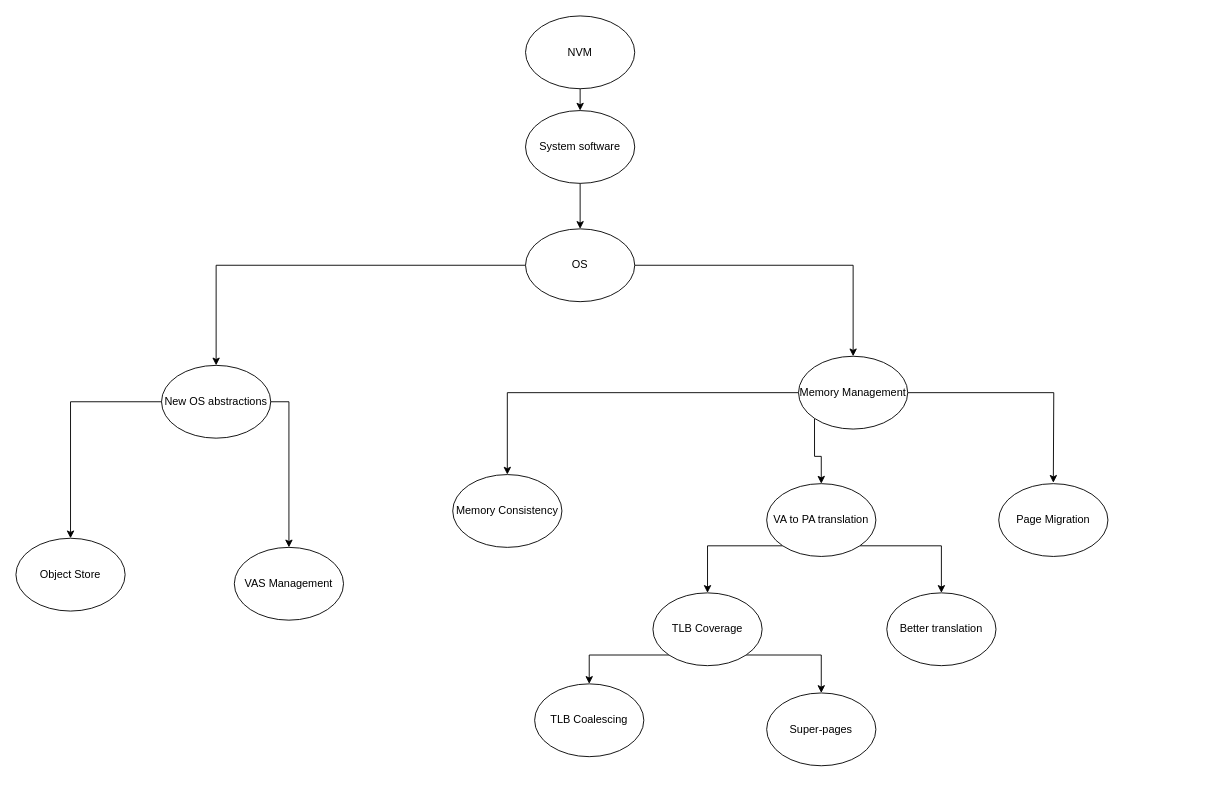
Before: sota.drawio in arunkp1986/CAR3S, a draw.io diagram. Source tidied: cells renumbered, new cells numbered last; positions are measured from the earlier drawing's top-left corner, leaving out a move shared by most shapes. Both pictures are drawn from the tidied source at 91%, with x=0, y=0 at pixel (15, 15).
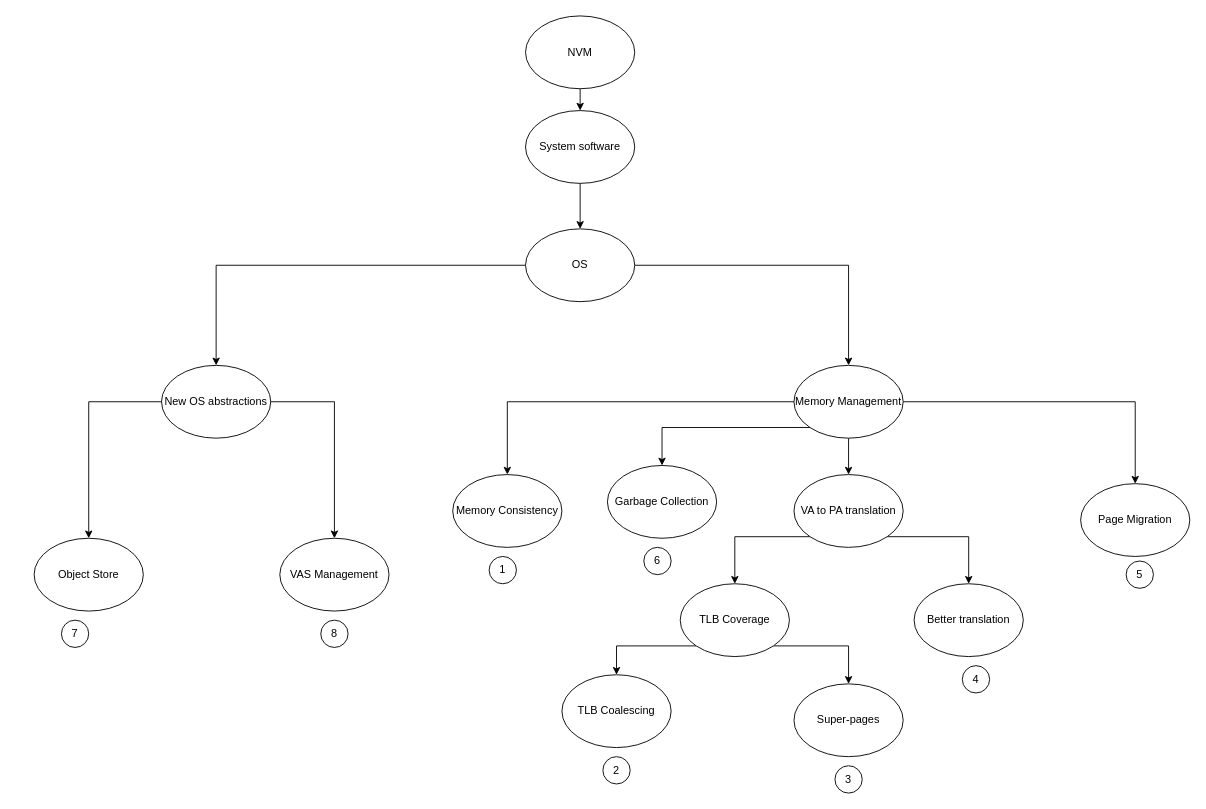
The same diagram, later.

Unchanged cells that the change refers to:
```xml
<mxCell id="24" value="Memory Consistency" style="ellipse;whiteSpace=wrap;html=1;" parent="1" vertex="1">
  <mxGeometry x="480" y="504" width="120" height="80" as="geometry" />
</mxCell>
```

Change to the diagram source:
```diff
@@
+    <mxCell id="8" style="edgeStyle=orthogonalEdgeStyle;rounded=0;jettySize=auto;html=1;entryX=0.5;entryY=0;entryDx=0;entryDy=0;" parent="1" edge="1" source="9" target="24">
+      <mxGeometry relative="1" as="geometry" />
+    </mxCell>
+    <mxCell id="29" style="edgeStyle=orthogonalEdgeStyle;rounded=0;jettySize=auto;html=1;exitX=1;exitY=0.5;exitDx=0;exitDy=0;" parent="1" edge="1" source="9" target="13">
+      <mxGeometry relative="1" as="geometry" />
+    </mxCell>
-    <mxCell id="6" style="edgeStyle=orthogonalEdgeStyle;rounded=0;jettySize=auto;html=1;exitX=0;exitY=1;exitDx=0;exitDy=0;" parent="1" edge="1" source="9" target="12">
+    <mxCell id="6" style="edgeStyle=orthogonalEdgeStyle;rounded=0;jettySize=auto;html=1;" parent="1" edge="1" source="9" target="12">
       <mxGeometry relative="1" as="geometry" />
     </mxCell>
-    <mxCell id="7" style="edgeStyle=orthogonalEdgeStyle;rounded=0;jettySize=auto;html=1;exitX=1;exitY=0.5;exitDx=0;exitDy=0;entryX=0.5;entryY=0;entryDx=0;entryDy=0;" parent="1" edge="1" source="9">
-      <mxGeometry relative="1" as="geometry">
-        <mxPoint x="1140" y="513" as="targetPoint" />
-      </mxGeometry>
-    </mxCell>
-    <mxCell id="8" style="edgeStyle=orthogonalEdgeStyle;rounded=0;jettySize=auto;html=1;entryX=0.5;entryY=0;entryDx=0;entryDy=0;" parent="1" edge="1" source="9" target="24">
-      <mxGeometry relative="1" as="geometry" />
-    </mxCell>
+    <mxCell id="30" style="edgeStyle=orthogonalEdgeStyle;rounded=0;jettySize=auto;html=1;exitX=0;exitY=1;exitDx=0;exitDy=0;" parent="1" edge="1" source="9" target="36">
+      <mxGeometry relative="1" as="geometry" />
+    </mxCell>
     <mxCell id="9" value="Memory Management" style="ellipse;whiteSpace=wrap;html=1;" parent="1" vertex="1">
-      <mxGeometry x="860" y="374" width="120" height="80" as="geometry" />
+      <mxGeometry x="855" y="384" width="120" height="80" as="geometry" />
     </mxCell>
@@
     <mxCell id="12" value="VA to PA translation" style="ellipse;whiteSpace=wrap;html=1;" parent="1" vertex="1">
-      <mxGeometry x="825" y="514" width="120" height="80" as="geometry" />
+      <mxGeometry x="855" y="504" width="120" height="80" as="geometry" />
     </mxCell>
     <mxCell id="13" value="Page Migration" style="ellipse;whiteSpace=wrap;html=1;" parent="1" vertex="1">
-      <mxGeometry x="1080" y="514" width="120" height="80" as="geometry" />
+      <mxGeometry x="1170" y="514" width="120" height="80" as="geometry" />
     </mxCell>
@@
     <mxCell id="16" value="TLB Coverage" style="ellipse;whiteSpace=wrap;html=1;" parent="1" vertex="1">
-      <mxGeometry x="700" y="634" width="120" height="80" as="geometry" />
+      <mxGeometry x="730" y="624" width="120" height="80" as="geometry" />
     </mxCell>
     <mxCell id="17" value="Better translation" style="ellipse;whiteSpace=wrap;html=1;" parent="1" vertex="1">
-      <mxGeometry x="957" y="634" width="120" height="80" as="geometry" />
+      <mxGeometry x="987" y="624" width="120" height="80" as="geometry" />
     </mxCell>
     <mxCell id="18" value="TLB Coalescing" style="ellipse;whiteSpace=wrap;html=1;" parent="1" vertex="1">
-      <mxGeometry x="570" y="734" width="120" height="80" as="geometry" />
+      <mxGeometry x="600" y="724" width="120" height="80" as="geometry" />
     </mxCell>
     <mxCell id="19" value="Super-pages" style="ellipse;whiteSpace=wrap;html=1;" parent="1" vertex="1">
-      <mxGeometry x="825" y="744" width="120" height="80" as="geometry" />
+      <mxGeometry x="855" y="734" width="120" height="80" as="geometry" />
     </mxCell>
@@
     <mxCell id="22" value="Object Store" style="ellipse;whiteSpace=wrap;html=1;" parent="1" vertex="1">
-      <mxGeometry y="574" width="120" height="80" as="geometry" />
+      <mxGeometry x="20" y="574" width="120" height="80" as="geometry" />
     </mxCell>
     <mxCell id="23" value="VAS Management" style="ellipse;whiteSpace=wrap;html=1;" parent="1" vertex="1">
-      <mxGeometry x="240" y="584" width="120" height="80" as="geometry" />
+      <mxGeometry x="290" y="574" width="120" height="80" as="geometry" />
     </mxCell>
@@
+    <mxCell id="31" value="1" style="ellipse;whiteSpace=wrap;html=1;" parent="1" vertex="1">
+      <mxGeometry x="520" y="594" width="30" height="30" as="geometry" />
+    </mxCell>
+    <mxCell id="32" value="2" style="ellipse;whiteSpace=wrap;html=1;" parent="1" vertex="1">
+      <mxGeometry x="645" y="814" width="30" height="30" as="geometry" />
+    </mxCell>
+    <mxCell id="33" value="3" style="ellipse;whiteSpace=wrap;html=1;" parent="1" vertex="1">
+      <mxGeometry x="900" y="824" width="30" height="30" as="geometry" />
+    </mxCell>
+    <mxCell id="34" value="4" style="ellipse;whiteSpace=wrap;html=1;" parent="1" vertex="1">
+      <mxGeometry x="1040" y="714" width="30" height="30" as="geometry" />
+    </mxCell>
+    <mxCell id="35" value="5" style="ellipse;whiteSpace=wrap;html=1;" parent="1" vertex="1">
+      <mxGeometry x="1220" y="599" width="30" height="30" as="geometry" />
+    </mxCell>
+    <mxCell id="36" value="Garbage Collection" style="ellipse;whiteSpace=wrap;html=1;" parent="1" vertex="1">
+      <mxGeometry x="650" y="494" width="120" height="80" as="geometry" />
+    </mxCell>
+    <mxCell id="37" value="6" style="ellipse;whiteSpace=wrap;html=1;" parent="1" vertex="1">
+      <mxGeometry x="690" y="584" width="30" height="30" as="geometry" />
+    </mxCell>
+    <mxCell id="38" value="7" style="ellipse;whiteSpace=wrap;html=1;" parent="1" vertex="1">
+      <mxGeometry x="50" y="664" width="30" height="30" as="geometry" />
+    </mxCell>
+    <mxCell id="39" value="8" style="ellipse;whiteSpace=wrap;html=1;" parent="1" vertex="1">
+      <mxGeometry x="335" y="664" width="30" height="30" as="geometry" />
+    </mxCell>
```
